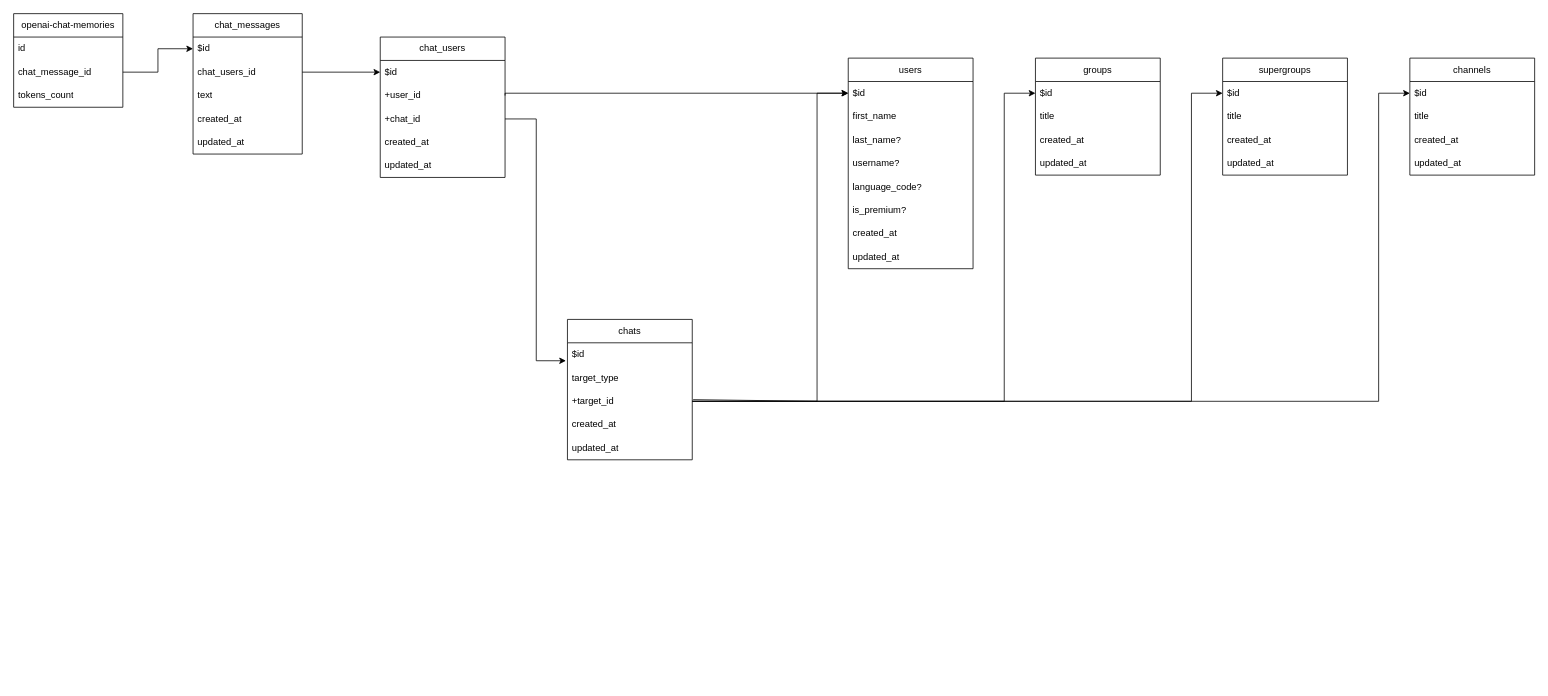
Earlier version of the draw.io diagram docs/scheme/database_diagram.drawio (1ovve1/kimi). Source tidied: cells renumbered, new cells numbered last; positions are measured from the earlier drawing's top-left corner, leaving out a move shared by most shapes. Both pictures are drawn from the tidied source at 78%, with x=0, y=0 at pixel (13, 13).
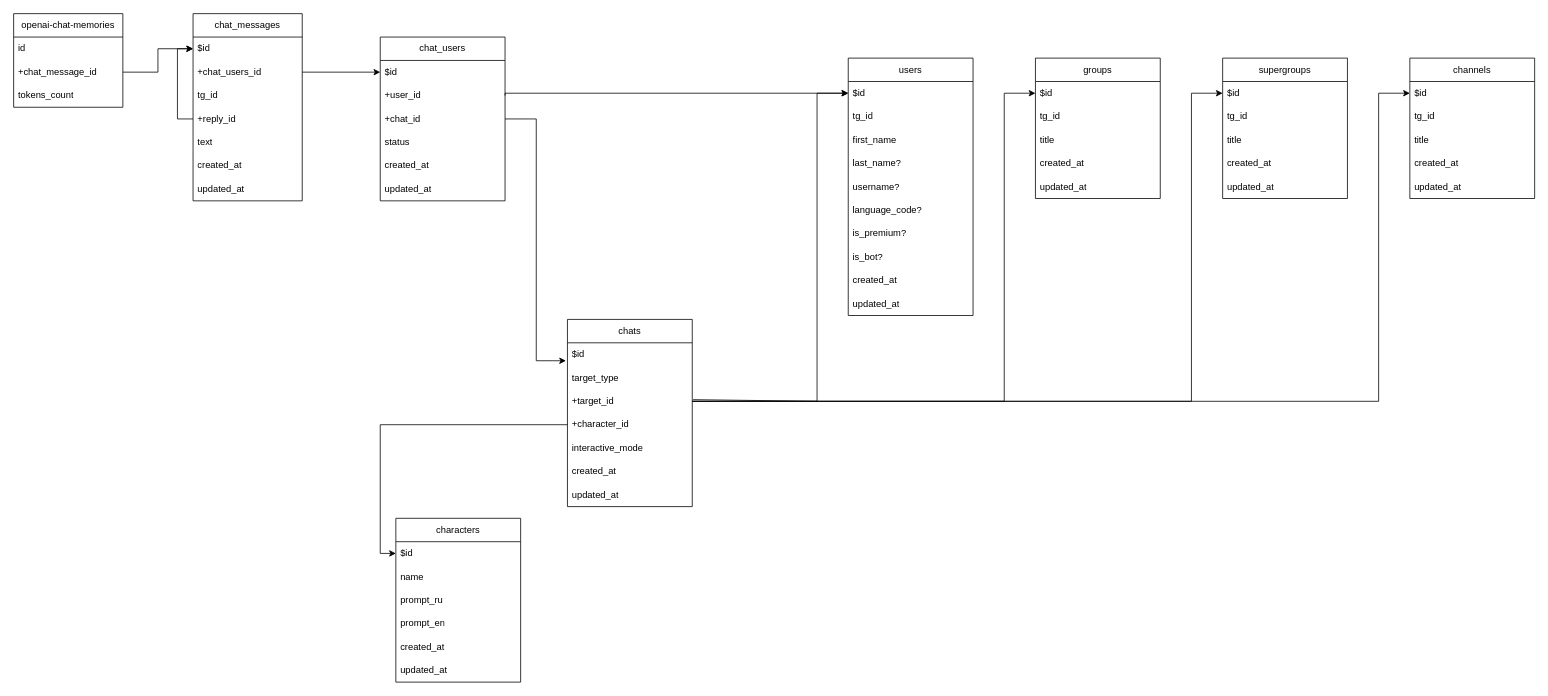
After the change.

Unchanged cells that the change refers to:
```xml
<mxCell id="37" value="$id" style="text;strokeColor=none;fillColor=none;align=left;verticalAlign=middle;spacingLeft=4;spacingRight=4;overflow=hidden;points=[[0,0.5],[1,0.5]];portConstraint=eastwest;whiteSpace=wrap;html=1;" parent="36" vertex="1">
  <mxGeometry y="30" width="140" height="30" as="geometry" />
</mxCell>
<mxCell id="51" value="openai-chat-memories" style="swimlane;fontStyle=0;horizontal=1;startSize=30;whiteSpace=wrap;html=1;" parent="1" vertex="1">
  <mxGeometry width="140" height="120" as="geometry" />
</mxCell>
```

Diff of the diagram source:
```diff
@@
     <mxCell id="2" value="users" style="swimlane;fontStyle=0;horizontal=1;startSize=30;whiteSpace=wrap;html=1;" parent="1" vertex="1">
-      <mxGeometry x="1070" y="57" width="160" height="270" as="geometry" />
+      <mxGeometry x="1070" y="57" width="160" height="330" as="geometry" />
     </mxCell>
@@
+    <mxCell id="56" value="tg_id" style="text;strokeColor=none;fillColor=none;align=left;verticalAlign=middle;spacingLeft=4;spacingRight=4;overflow=hidden;whiteSpace=wrap;html=1;" parent="2" vertex="1">
+      <mxGeometry y="60" width="160" height="30" as="geometry" />
+    </mxCell>
     <mxCell id="4" value="first_name" style="text;strokeColor=none;fillColor=none;align=left;verticalAlign=middle;spacingLeft=4;spacingRight=4;overflow=hidden;whiteSpace=wrap;html=1;" parent="2" vertex="1">
-      <mxGeometry y="60" width="160" height="30" as="geometry" />
+      <mxGeometry y="90" width="160" height="30" as="geometry" />
     </mxCell>
     <mxCell id="5" value="last_name?" style="text;strokeColor=none;fillColor=none;align=left;verticalAlign=middle;spacingLeft=4;spacingRight=4;overflow=hidden;whiteSpace=wrap;html=1;" parent="2" vertex="1">
-      <mxGeometry y="90" width="160" height="30" as="geometry" />
+      <mxGeometry y="120" width="160" height="30" as="geometry" />
     </mxCell>
     <mxCell id="6" value="username?" style="text;strokeColor=none;fillColor=none;align=left;verticalAlign=middle;spacingLeft=4;spacingRight=4;overflow=hidden;whiteSpace=wrap;html=1;" parent="2" vertex="1">
-      <mxGeometry y="120" width="160" height="30" as="geometry" />
+      <mxGeometry y="150" width="160" height="30" as="geometry" />
     </mxCell>
     <mxCell id="7" value="language_code?" style="text;strokeColor=none;fillColor=none;align=left;verticalAlign=middle;spacingLeft=4;spacingRight=4;overflow=hidden;whiteSpace=wrap;html=1;" parent="2" vertex="1">
-      <mxGeometry y="150" width="160" height="30" as="geometry" />
+      <mxGeometry y="180" width="160" height="30" as="geometry" />
     </mxCell>
     <mxCell id="8" value="is_premium?" style="text;strokeColor=none;fillColor=none;align=left;verticalAlign=middle;spacingLeft=4;spacingRight=4;overflow=hidden;whiteSpace=wrap;html=1;" parent="2" vertex="1">
-      <mxGeometry y="180" width="160" height="30" as="geometry" />
+      <mxGeometry y="210" width="160" height="30" as="geometry" />
     </mxCell>
+    <mxCell id="57" value="is_bot?" style="text;strokeColor=none;fillColor=none;align=left;verticalAlign=middle;spacingLeft=4;spacingRight=4;overflow=hidden;whiteSpace=wrap;html=1;" parent="2" vertex="1">
+      <mxGeometry y="240" width="160" height="30" as="geometry" />
+    </mxCell>
     <mxCell id="9" value="created_at" style="text;strokeColor=none;fillColor=none;align=left;verticalAlign=middle;spacingLeft=4;spacingRight=4;overflow=hidden;whiteSpace=wrap;html=1;" parent="2" vertex="1">
-      <mxGeometry y="210" width="160" height="30" as="geometry" />
+      <mxGeometry y="270" width="160" height="30" as="geometry" />
     </mxCell>
     <mxCell id="10" value="updated_at" style="text;strokeColor=none;fillColor=none;align=left;verticalAlign=middle;spacingLeft=4;spacingRight=4;overflow=hidden;whiteSpace=wrap;html=1;" parent="2" vertex="1">
-      <mxGeometry y="240" width="160" height="30" as="geometry" />
+      <mxGeometry y="300" width="160" height="30" as="geometry" />
     </mxCell>
     <mxCell id="11" value="groups" style="swimlane;fontStyle=0;horizontal=1;startSize=30;whiteSpace=wrap;html=1;" parent="1" vertex="1">
-      <mxGeometry x="1310" y="57" width="160" height="150" as="geometry" />
+      <mxGeometry x="1310" y="57" width="160" height="180" as="geometry" />
     </mxCell>
@@
-    <mxCell id="13" value="title" style="text;strokeColor=none;fillColor=none;align=left;verticalAlign=middle;spacingLeft=4;spacingRight=4;overflow=hidden;whiteSpace=wrap;html=1;" parent="11" vertex="1">
+    <mxCell id="13" value="tg_id" style="text;strokeColor=none;fillColor=none;align=left;verticalAlign=middle;spacingLeft=4;spacingRight=4;overflow=hidden;whiteSpace=wrap;html=1;" parent="11" vertex="1">
       <mxGeometry y="60" width="160" height="30" as="geometry" />
     </mxCell>
+    <mxCell id="58" value="title" style="text;strokeColor=none;fillColor=none;align=left;verticalAlign=middle;spacingLeft=4;spacingRight=4;overflow=hidden;whiteSpace=wrap;html=1;" parent="11" vertex="1">
+      <mxGeometry y="90" width="160" height="30" as="geometry" />
+    </mxCell>
     <mxCell id="14" value="created_at" style="text;strokeColor=none;fillColor=none;align=left;verticalAlign=middle;spacingLeft=4;spacingRight=4;overflow=hidden;whiteSpace=wrap;html=1;" parent="11" vertex="1">
-      <mxGeometry y="90" width="160" height="30" as="geometry" />
+      <mxGeometry y="120" width="160" height="30" as="geometry" />
     </mxCell>
     <mxCell id="15" value="updated_at" style="text;strokeColor=none;fillColor=none;align=left;verticalAlign=middle;spacingLeft=4;spacingRight=4;overflow=hidden;whiteSpace=wrap;html=1;" parent="11" vertex="1">
-      <mxGeometry y="120" width="160" height="30" as="geometry" />
+      <mxGeometry y="150" width="160" height="30" as="geometry" />
     </mxCell>
     <mxCell id="16" value="channels" style="swimlane;fontStyle=0;horizontal=1;startSize=30;whiteSpace=wrap;html=1;" parent="1" vertex="1">
-      <mxGeometry x="1790" y="57" width="160" height="150" as="geometry" />
+      <mxGeometry x="1790" y="57" width="160" height="180" as="geometry" />
     </mxCell>
@@
+    <mxCell id="59" value="tg_id" style="text;strokeColor=none;fillColor=none;align=left;verticalAlign=middle;spacingLeft=4;spacingRight=4;overflow=hidden;whiteSpace=wrap;html=1;" parent="16" vertex="1">
+      <mxGeometry y="60" width="160" height="30" as="geometry" />
+    </mxCell>
     <mxCell id="18" value="title" style="text;strokeColor=none;fillColor=none;align=left;verticalAlign=middle;spacingLeft=4;spacingRight=4;overflow=hidden;whiteSpace=wrap;html=1;" parent="16" vertex="1">
-      <mxGeometry y="60" width="160" height="30" as="geometry" />
+      <mxGeometry y="90" width="160" height="30" as="geometry" />
     </mxCell>
     <mxCell id="19" value="created_at" style="text;strokeColor=none;fillColor=none;align=left;verticalAlign=middle;spacingLeft=4;spacingRight=4;overflow=hidden;whiteSpace=wrap;html=1;" parent="16" vertex="1">
-      <mxGeometry y="90" width="160" height="30" as="geometry" />
+      <mxGeometry y="120" width="160" height="30" as="geometry" />
     </mxCell>
     <mxCell id="20" value="updated_at" style="text;strokeColor=none;fillColor=none;align=left;verticalAlign=middle;spacingLeft=4;spacingRight=4;overflow=hidden;whiteSpace=wrap;html=1;" parent="16" vertex="1">
-      <mxGeometry y="120" width="160" height="30" as="geometry" />
+      <mxGeometry y="150" width="160" height="30" as="geometry" />
     </mxCell>
     <mxCell id="21" value="supergroups" style="swimlane;fontStyle=0;horizontal=1;startSize=30;whiteSpace=wrap;html=1;" parent="1" vertex="1">
-      <mxGeometry x="1550" y="57" width="160" height="150" as="geometry" />
+      <mxGeometry x="1550" y="57" width="160" height="180" as="geometry" />
     </mxCell>
@@
+    <mxCell id="60" value="tg_id" style="text;strokeColor=none;fillColor=none;align=left;verticalAlign=middle;spacingLeft=4;spacingRight=4;overflow=hidden;whiteSpace=wrap;html=1;" parent="21" vertex="1">
+      <mxGeometry y="60" width="160" height="30" as="geometry" />
+    </mxCell>
     <mxCell id="23" value="title" style="text;strokeColor=none;fillColor=none;align=left;verticalAlign=middle;spacingLeft=4;spacingRight=4;overflow=hidden;whiteSpace=wrap;html=1;" parent="21" vertex="1">
-      <mxGeometry y="60" width="160" height="30" as="geometry" />
+      <mxGeometry y="90" width="160" height="30" as="geometry" />
     </mxCell>
     <mxCell id="24" value="created_at" style="text;strokeColor=none;fillColor=none;align=left;verticalAlign=middle;spacingLeft=4;spacingRight=4;overflow=hidden;whiteSpace=wrap;html=1;" parent="21" vertex="1">
-      <mxGeometry y="90" width="160" height="30" as="geometry" />
+      <mxGeometry y="120" width="160" height="30" as="geometry" />
     </mxCell>
     <mxCell id="25" value="updated_at" style="text;strokeColor=none;fillColor=none;align=left;verticalAlign=middle;spacingLeft=4;spacingRight=4;overflow=hidden;whiteSpace=wrap;html=1;" parent="21" vertex="1">
-      <mxGeometry y="120" width="160" height="30" as="geometry" />
+      <mxGeometry y="150" width="160" height="30" as="geometry" />
     </mxCell>
     <mxCell id="26" value="chats" style="swimlane;fontStyle=0;horizontal=1;startSize=30;whiteSpace=wrap;html=1;" parent="1" vertex="1">
-      <mxGeometry x="710" y="392" width="160" height="180" as="geometry" />
+      <mxGeometry x="710" y="392" width="160" height="240" as="geometry" />
     </mxCell>
@@
+    <mxCell id="61" value="+character_id" style="text;strokeColor=none;fillColor=none;align=left;verticalAlign=middle;spacingLeft=4;spacingRight=4;overflow=hidden;points=[[0,0.5],[1,0.5]];portConstraint=eastwest;whiteSpace=wrap;html=1;" parent="26" vertex="1">
+      <mxGeometry y="120" width="160" height="30" as="geometry" />
+    </mxCell>
+    <mxCell id="62" value="interactive_mode" style="text;strokeColor=none;fillColor=none;align=left;verticalAlign=middle;spacingLeft=4;spacingRight=4;overflow=hidden;whiteSpace=wrap;html=1;" parent="26" vertex="1">
+      <mxGeometry y="150" width="160" height="30" as="geometry" />
+    </mxCell>
     <mxCell id="30" value="created_at" style="text;strokeColor=none;fillColor=none;align=left;verticalAlign=middle;spacingLeft=4;spacingRight=4;overflow=hidden;whiteSpace=wrap;html=1;" parent="26" vertex="1">
-      <mxGeometry y="120" width="160" height="30" as="geometry" />
+      <mxGeometry y="180" width="160" height="30" as="geometry" />
     </mxCell>
     <mxCell id="31" value="updated_at" style="text;strokeColor=none;fillColor=none;align=left;verticalAlign=middle;spacingLeft=4;spacingRight=4;overflow=hidden;whiteSpace=wrap;html=1;" parent="26" vertex="1">
-      <mxGeometry y="150" width="160" height="30" as="geometry" />
+      <mxGeometry y="210" width="160" height="30" as="geometry" />
     </mxCell>
@@
     <mxCell id="36" value="chat_messages" style="swimlane;fontStyle=0;horizontal=1;startSize=30;whiteSpace=wrap;html=1;" parent="1" vertex="1">
-      <mxGeometry x="230" width="140" height="180" as="geometry" />
+      <mxGeometry x="230" width="140" height="240" as="geometry" />
     </mxCell>
@@
-    <mxCell id="38" value="chat_users_id" style="text;strokeColor=none;fillColor=none;align=left;verticalAlign=middle;spacingLeft=4;spacingRight=4;overflow=hidden;points=[[0,0.5],[1,0.5]];portConstraint=eastwest;whiteSpace=wrap;html=1;" parent="36" vertex="1">
+    <mxCell id="38" value="+chat_users_id" style="text;strokeColor=none;fillColor=none;align=left;verticalAlign=middle;spacingLeft=4;spacingRight=4;overflow=hidden;points=[[0,0.5],[1,0.5]];portConstraint=eastwest;whiteSpace=wrap;html=1;" parent="36" vertex="1">
       <mxGeometry y="60" width="140" height="30" as="geometry" />
     </mxCell>
+    <mxCell id="63" style="edgeStyle=orthogonalEdgeStyle;rounded=0;jettySize=auto;html=1;entryX=0;entryY=0.5;entryDx=0;entryDy=0;" parent="36" edge="1" source="65" target="37">
+      <mxGeometry relative="1" as="geometry" />
+    </mxCell>
+    <mxCell id="64" value="tg_id" style="text;strokeColor=none;fillColor=none;align=left;verticalAlign=middle;spacingLeft=4;spacingRight=4;overflow=hidden;whiteSpace=wrap;html=1;" parent="36" vertex="1">
+      <mxGeometry y="90" width="140" height="30" as="geometry" />
+    </mxCell>
+    <mxCell id="65" value="+reply_id" style="text;strokeColor=none;fillColor=none;align=left;verticalAlign=middle;spacingLeft=4;spacingRight=4;overflow=hidden;points=[[0,0.5],[1,0.5]];portConstraint=eastwest;whiteSpace=wrap;html=1;" parent="36" vertex="1">
+      <mxGeometry y="120" width="140" height="30" as="geometry" />
+    </mxCell>
     <mxCell id="39" value="text" style="text;strokeColor=none;fillColor=none;align=left;verticalAlign=middle;spacingLeft=4;spacingRight=4;overflow=hidden;whiteSpace=wrap;html=1;" parent="36" vertex="1">
-      <mxGeometry y="90" width="140" height="30" as="geometry" />
+      <mxGeometry y="150" width="140" height="30" as="geometry" />
     </mxCell>
     <mxCell id="40" value="created_at" style="text;strokeColor=none;fillColor=none;align=left;verticalAlign=middle;spacingLeft=4;spacingRight=4;overflow=hidden;whiteSpace=wrap;html=1;" parent="36" vertex="1">
-      <mxGeometry y="120" width="140" height="30" as="geometry" />
+      <mxGeometry y="180" width="140" height="30" as="geometry" />
     </mxCell>
     <mxCell id="41" value="updated_at" style="text;strokeColor=none;fillColor=none;align=left;verticalAlign=middle;spacingLeft=4;spacingRight=4;overflow=hidden;whiteSpace=wrap;html=1;" parent="36" vertex="1">
-      <mxGeometry y="150" width="140" height="30" as="geometry" />
+      <mxGeometry y="210" width="140" height="30" as="geometry" />
     </mxCell>
     <mxCell id="42" value="chat_users" style="swimlane;fontStyle=0;horizontal=1;startSize=30;whiteSpace=wrap;html=1;" parent="1" vertex="1">
-      <mxGeometry x="470" y="30" width="160" height="180" as="geometry" />
+      <mxGeometry x="470" y="30" width="160" height="210" as="geometry" />
     </mxCell>
@@
+    <mxCell id="66" value="status" style="text;strokeColor=none;fillColor=none;align=left;verticalAlign=middle;spacingLeft=4;spacingRight=4;overflow=hidden;whiteSpace=wrap;html=1;" parent="42" vertex="1">
+      <mxGeometry y="120" width="160" height="30" as="geometry" />
+    </mxCell>
     <mxCell id="46" value="created_at" style="text;strokeColor=none;fillColor=none;align=left;verticalAlign=middle;spacingLeft=4;spacingRight=4;overflow=hidden;whiteSpace=wrap;html=1;" parent="42" vertex="1">
-      <mxGeometry y="120" width="160" height="30" as="geometry" />
+      <mxGeometry y="150" width="160" height="30" as="geometry" />
     </mxCell>
     <mxCell id="47" value="updated_at" style="text;strokeColor=none;fillColor=none;align=left;verticalAlign=middle;spacingLeft=4;spacingRight=4;overflow=hidden;whiteSpace=wrap;html=1;" parent="42" vertex="1">
-      <mxGeometry y="150" width="160" height="30" as="geometry" />
+      <mxGeometry y="180" width="160" height="30" as="geometry" />
     </mxCell>
@@
-    <mxCell id="53" value="chat_message_id" style="text;strokeColor=none;fillColor=none;align=left;verticalAlign=middle;spacingLeft=4;spacingRight=4;overflow=hidden;points=[[0,0.5],[1,0.5]];portConstraint=eastwest;whiteSpace=wrap;html=1;" parent="51" vertex="1">
+    <mxCell id="53" value="+chat_message_id" style="text;strokeColor=none;fillColor=none;align=left;verticalAlign=middle;spacingLeft=4;spacingRight=4;overflow=hidden;points=[[0,0.5],[1,0.5]];portConstraint=eastwest;whiteSpace=wrap;html=1;" parent="51" vertex="1">
       <mxGeometry y="60" width="140" height="30" as="geometry" />
     </mxCell>
@@
+    <mxCell id="67" value="characters" style="swimlane;fontStyle=0;horizontal=1;startSize=30;whiteSpace=wrap;html=1;" parent="1" vertex="1">
+      <mxGeometry x="490" y="647" width="160" height="210" as="geometry" />
+    </mxCell>
+    <mxCell id="68" value="$id" style="text;strokeColor=none;fillColor=none;align=left;verticalAlign=middle;spacingLeft=4;spacingRight=4;overflow=hidden;points=[[0,0.5],[1,0.5]];portConstraint=eastwest;whiteSpace=wrap;html=1;" parent="67" vertex="1">
+      <mxGeometry y="30" width="160" height="30" as="geometry" />
+    </mxCell>
+    <mxCell id="69" value="name" style="text;strokeColor=none;fillColor=none;align=left;verticalAlign=middle;spacingLeft=4;spacingRight=4;overflow=hidden;whiteSpace=wrap;html=1;" parent="67" vertex="1">
+      <mxGeometry y="60" width="160" height="30" as="geometry" />
+    </mxCell>
+    <mxCell id="70" value="prompt_ru" style="text;strokeColor=none;fillColor=none;align=left;verticalAlign=middle;spacingLeft=4;spacingRight=4;overflow=hidden;whiteSpace=wrap;html=1;" parent="67" vertex="1">
+      <mxGeometry y="90" width="160" height="30" as="geometry" />
+    </mxCell>
+    <mxCell id="71" value="prompt_en" style="text;strokeColor=none;fillColor=none;align=left;verticalAlign=middle;spacingLeft=4;spacingRight=4;overflow=hidden;whiteSpace=wrap;html=1;" parent="67" vertex="1">
+      <mxGeometry y="120" width="160" height="30" as="geometry" />
+    </mxCell>
+    <mxCell id="72" value="created_at" style="text;strokeColor=none;fillColor=none;align=left;verticalAlign=middle;spacingLeft=4;spacingRight=4;overflow=hidden;whiteSpace=wrap;html=1;" parent="67" vertex="1">
+      <mxGeometry y="150" width="160" height="30" as="geometry" />
+    </mxCell>
+    <mxCell id="73" value="updated_at" style="text;strokeColor=none;fillColor=none;align=left;verticalAlign=middle;spacingLeft=4;spacingRight=4;overflow=hidden;whiteSpace=wrap;html=1;" parent="67" vertex="1">
+      <mxGeometry y="180" width="160" height="30" as="geometry" />
+    </mxCell>
+    <mxCell id="74" style="edgeStyle=orthogonalEdgeStyle;rounded=0;jettySize=auto;html=1;entryX=0;entryY=0.5;entryDx=0;entryDy=0;" parent="1" edge="1" source="61" target="68">
+      <mxGeometry relative="1" as="geometry" />
+    </mxCell>
```
